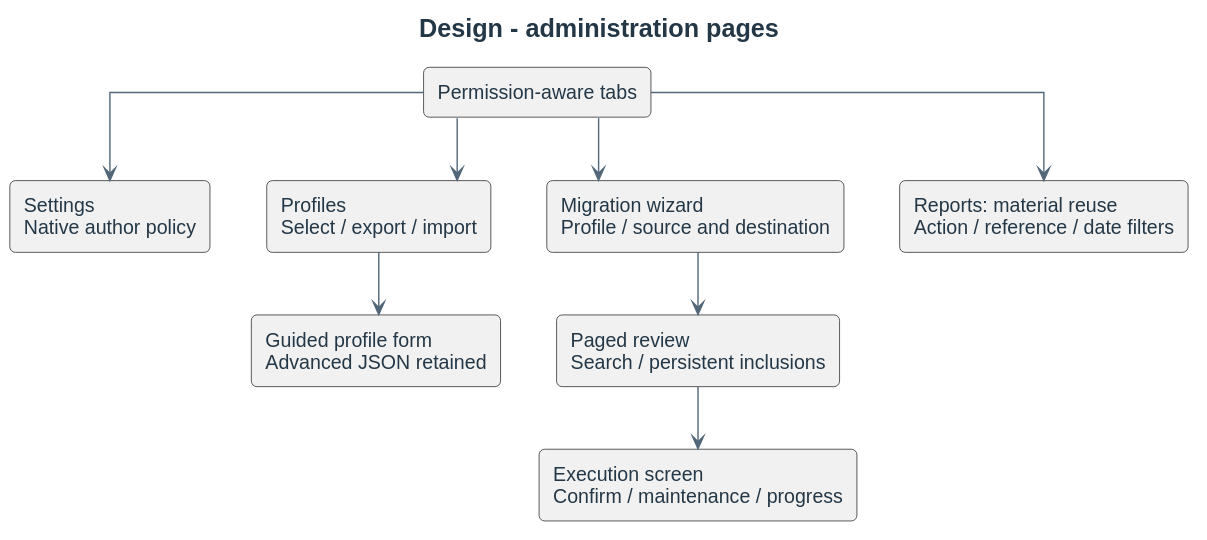
Above: docs/diagrams/design/administration-pages.svg in didactika/moodle-local_coursefiles (PlantUML), before the change.
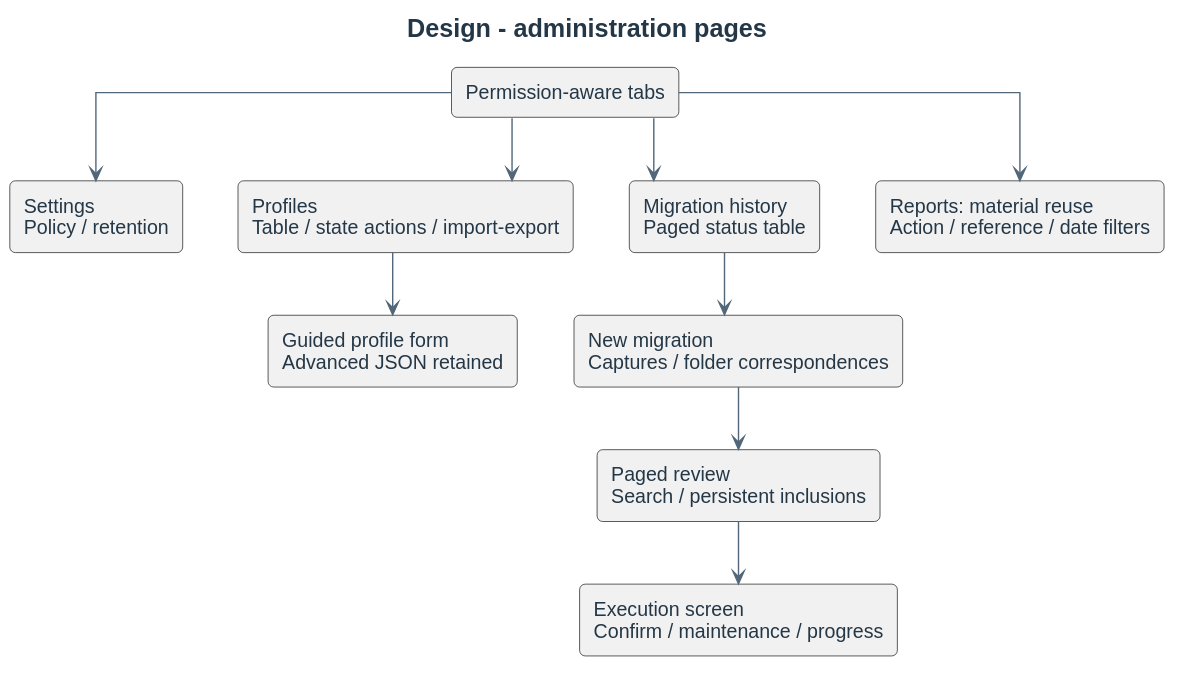
The same diagram one commit later.

Diff of the diagram source:
```diff
@@ -3,9 +3,9 @@
 title Design - administration pages
 top to bottom direction
 rectangle "Permission-aware tabs" as Tabs
-rectangle "Settings\nNative author policy" as Settings
-rectangle "Profiles\nSelect / export / import" as Profiles
-rectangle "Migration wizard\nProfile / source and destination" as Migration
+rectangle "Settings\nPolicy / retention" as Settings
+rectangle "Profiles\nTable / state actions / import-export" as Profiles
+rectangle "Migration history\nPaged status table" as Migration
 rectangle "Reports: material reuse\nAction / reference / date filters" as Log
 rectangle "Guided profile form\nAdvanced JSON retained" as Editor
 rectangle "Paged review\nSearch / persistent inclusions" as Review
@@ -15,6 +15,8 @@
 Tabs --> Migration
 Tabs --> Log
 Profiles --> Editor
-Migration --> Review
+rectangle "New migration\nCaptures / folder correspondences" as Wizard
+Migration --> Wizard
+Wizard --> Review
 Review --> Execute
 @enduml
```
